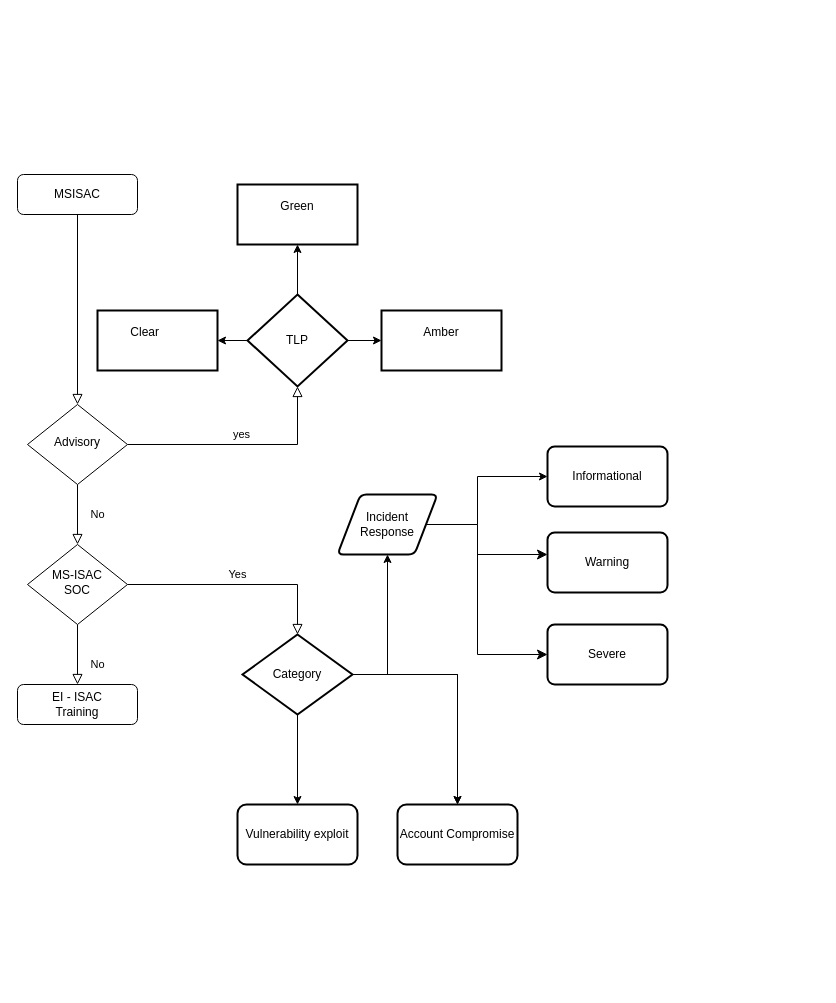
This is MSProcess.drawio from p1ngpat/p1ngpat, a draw.io file, before an edit. Source tidied: cells renumbered, new cells numbered last; positions are measured from the earlier drawing's top-left corner, leaving out a move shared by most shapes. Both pictures are drawn from the tidied source at 100%, with x=0, y=0 at pixel (17, 174).
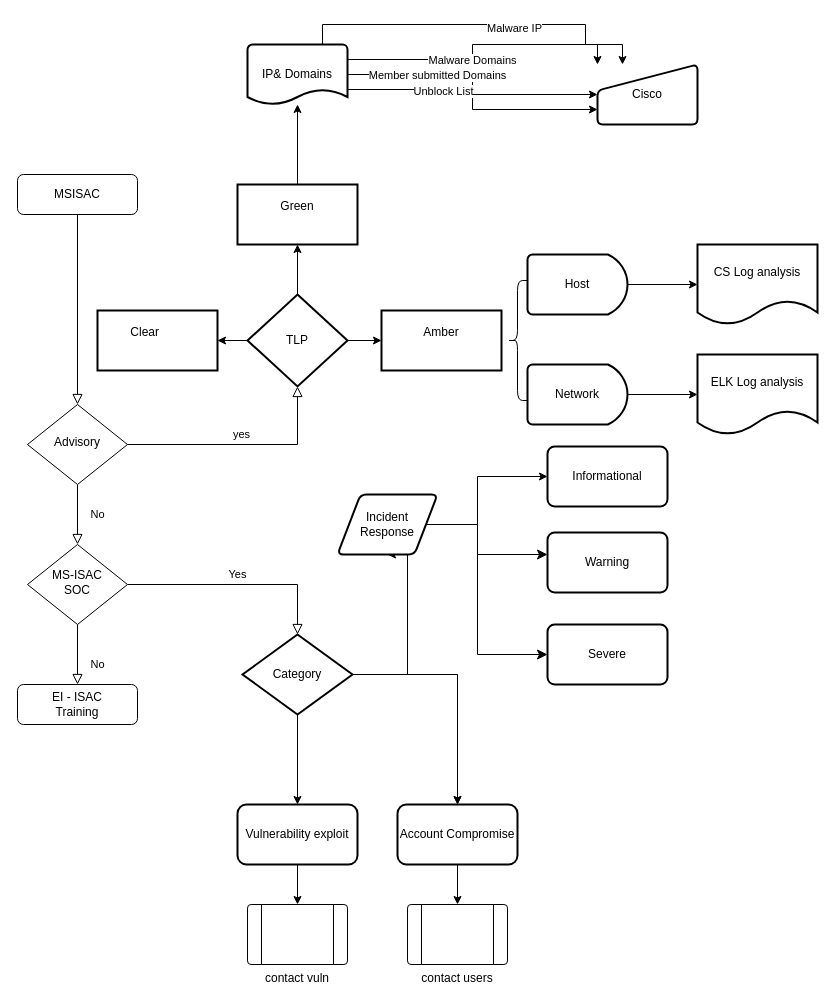
After the change.

Unchanged cells that the change refers to:
```xml
<mxCell id="19" value="Category" style="rounded=1;whiteSpace=wrap;html=1;fontSize=12;glass=0;strokeWidth=2;shadow=0;shape=mxgraph.flowchart.decision;" parent="1" vertex="1">
  <mxGeometry x="225" y="460" width="110" height="80" as="geometry" />
</mxCell>
<mxCell id="21" value="Green" style="whiteSpace=wrap;html=1;verticalAlign=top;strokeWidth=2;labelBackgroundColor=default;spacingTop=8;" parent="1" vertex="1">
  <mxGeometry x="220" y="10" width="120" height="60" as="geometry" />
</mxCell>
<mxCell id="23" value="Account Compromise " style="whiteSpace=wrap;html=1;rounded=1;glass=0;strokeWidth=2;shadow=0;" parent="1" vertex="1">
  <mxGeometry x="380" y="630" width="120" height="60" as="geometry" />
</mxCell>
<mxCell id="24" value="Vulnerability exploit " style="whiteSpace=wrap;html=1;rounded=1;glass=0;strokeWidth=2;shadow=0;" parent="1" vertex="1">
  <mxGeometry x="220" y="630" width="120" height="60" as="geometry" />
</mxCell>
<mxCell id="26" value="Incident Response " style="shape=parallelogram;html=1;strokeWidth=2;perimeter=parallelogramPerimeter;whiteSpace=wrap;rounded=1;arcSize=12;size=0.23;" parent="1" vertex="1">
  <mxGeometry x="320" y="320" width="100" height="60" as="geometry" />
</mxCell>
```

What changed in the source:
```diff
@@
     <mxCell id="18" style="edgeStyle=orthogonalEdgeStyle;rounded=0;jettySize=auto;html=1;exitX=1;exitY=0.5;exitDx=0;exitDy=0;exitPerimeter=0;entryX=0.5;entryY=1;entryDx=0;entryDy=0;" parent="1" edge="1" source="19" target="26">
-      <mxGeometry relative="1" as="geometry" />
+      <mxGeometry relative="1" as="geometry">
+        <Array as="points">
+          <mxPoint x="390" y="500" />
+          <mxPoint x="390" y="380" />
+        </Array>
+      </mxGeometry>
     </mxCell>
@@
+    <mxCell id="32" style="edgeStyle=orthogonalEdgeStyle;rounded=0;jettySize=auto;html=1;" parent="1" edge="1" source="21" target="43">
+      <mxGeometry relative="1" as="geometry" />
+    </mxCell>
@@
+    <mxCell id="33" style="edgeStyle=orthogonalEdgeStyle;rounded=0;jettySize=auto;html=1;" parent="1" edge="1" source="23" target="50">
+      <mxGeometry relative="1" as="geometry" />
+    </mxCell>
@@
+    <mxCell id="34" style="edgeStyle=orthogonalEdgeStyle;rounded=0;jettySize=auto;html=1;" parent="1" edge="1" source="24" target="51">
+      <mxGeometry relative="1" as="geometry" />
+    </mxCell>
@@
+    <mxCell id="35" style="edgeStyle=orthogonalEdgeStyle;rounded=0;jettySize=auto;html=1;exitX=0.75;exitY=0;exitDx=0;exitDy=0;exitPerimeter=0;entryX=0.25;entryY=0;entryDx=0;entryDy=0;" parent="1" edge="1" source="43" target="44">
+      <mxGeometry relative="1" as="geometry">
+        <Array as="points">
+          <mxPoint x="305" y="-150" />
+          <mxPoint x="568" y="-150" />
+          <mxPoint x="568" y="-130" />
+        </Array>
+      </mxGeometry>
+    </mxCell>
+    <mxCell id="36" value="Malware IP " style="edgeLabel;html=1;align=center;verticalAlign=middle;" parent="35" vertex="1">
+      <mxGeometry x="0.17" y="-3" relative="1" as="geometry" />
+    </mxCell>
+    <mxCell id="37" style="edgeStyle=orthogonalEdgeStyle;rounded=0;jettySize=auto;html=1;exitX=1;exitY=0.25;exitDx=0;exitDy=0;exitPerimeter=0;entryX=0;entryY=0;entryDx=0;entryDy=0;" parent="1" edge="1" source="43" target="44">
+      <mxGeometry relative="1" as="geometry" />
+    </mxCell>
+    <mxCell id="38" value="Malware Domains" style="edgeLabel;html=1;align=center;verticalAlign=middle;" parent="37" vertex="1">
+      <mxGeometry x="-0.13" relative="1" as="geometry" />
+    </mxCell>
+    <mxCell id="39" style="edgeStyle=orthogonalEdgeStyle;rounded=0;jettySize=auto;html=1;exitX=1;exitY=0.5;exitDx=0;exitDy=0;exitPerimeter=0;entryX=0;entryY=0.5;entryDx=0;entryDy=0;" parent="1" edge="1" source="43" target="44">
+      <mxGeometry relative="1" as="geometry" />
+    </mxCell>
+    <mxCell id="40" value="Member submitted Domains" style="edgeLabel;html=1;align=center;verticalAlign=middle;" parent="39" vertex="1">
+      <mxGeometry x="-0.33" y="-2" relative="1" as="geometry">
+        <mxPoint x="-1" y="-2" as="offset" />
+      </mxGeometry>
+    </mxCell>
+    <mxCell id="41" style="edgeStyle=orthogonalEdgeStyle;rounded=0;jettySize=auto;html=1;exitX=1;exitY=0.75;exitDx=0;exitDy=0;exitPerimeter=0;entryX=0;entryY=0.75;entryDx=0;entryDy=0;" parent="1" edge="1" source="43" target="44">
+      <mxGeometry relative="1" as="geometry" />
+    </mxCell>
+    <mxCell id="42" value="Unblock List " style="edgeLabel;html=1;align=center;verticalAlign=middle;" parent="41" vertex="1">
+      <mxGeometry x="-0.3" y="-1" relative="1" as="geometry" />
+    </mxCell>
+    <mxCell id="43" value="IP&amp;amp; Domains " style="strokeWidth=2;html=1;shape=mxgraph.flowchart.document2;whiteSpace=wrap;size=0.25;" parent="1" vertex="1">
+      <mxGeometry x="230" y="-130" width="100" height="60" as="geometry" />
+    </mxCell>
+    <mxCell id="44" value="Cisco" style="shape=manualInput;html=1;strokeWidth=2;whiteSpace=wrap;rounded=1;arcSize=11;size=26;" parent="1" vertex="1">
+      <mxGeometry x="580" y="-110" width="100" height="60" as="geometry" />
+    </mxCell>
+    <mxCell id="45" style="shape=curlyBracket;whiteSpace=wrap;html=1;rounded=1;labelPosition=left;verticalLabelPosition=middle;align=right;verticalAlign=middle;" parent="1" vertex="1">
+      <mxGeometry x="490" y="106" width="20" height="120" as="geometry" />
+    </mxCell>
+    <mxCell id="46" style="edgeStyle=orthogonalEdgeStyle;rounded=0;jettySize=auto;html=1;" parent="1" edge="1" source="47" target="52">
+      <mxGeometry relative="1" as="geometry" />
+    </mxCell>
+    <mxCell id="47" value="Host " style="strokeWidth=2;html=1;shape=mxgraph.flowchart.delay;whiteSpace=wrap;" parent="1" vertex="1">
+      <mxGeometry x="510" y="80" width="100" height="60" as="geometry" />
+    </mxCell>
+    <mxCell id="48" style="edgeStyle=orthogonalEdgeStyle;rounded=0;jettySize=auto;html=1;" parent="1" edge="1" source="49" target="53">
+      <mxGeometry relative="1" as="geometry" />
+    </mxCell>
+    <mxCell id="49" value="Network" style="strokeWidth=2;html=1;shape=mxgraph.flowchart.delay;whiteSpace=wrap;" parent="1" vertex="1">
+      <mxGeometry x="510" y="190" width="100" height="60" as="geometry" />
+    </mxCell>
+    <mxCell id="50" value="contact users" style="verticalLabelPosition=bottom;verticalAlign=top;html=1;shape=process;whiteSpace=wrap;rounded=1;size=0.14;arcSize=6;" parent="1" vertex="1">
+      <mxGeometry x="390" y="730" width="100" height="60" as="geometry" />
+    </mxCell>
+    <mxCell id="51" value="contact vuln" style="verticalLabelPosition=bottom;verticalAlign=top;html=1;shape=process;whiteSpace=wrap;rounded=1;size=0.14;arcSize=6;" parent="1" vertex="1">
+      <mxGeometry x="230" y="730" width="100" height="60" as="geometry" />
+    </mxCell>
+    <mxCell id="52" value="CS Log analysis " style="shape=document;whiteSpace=wrap;html=1;boundedLbl=1;strokeWidth=2;" parent="1" vertex="1">
+      <mxGeometry x="680" y="70" width="120" height="80" as="geometry" />
+    </mxCell>
+    <mxCell id="53" value="ELK Log analysis" style="shape=document;whiteSpace=wrap;html=1;boundedLbl=1;strokeWidth=2;" parent="1" vertex="1">
+      <mxGeometry x="680" y="180" width="120" height="80" as="geometry" />
+    </mxCell>
```
